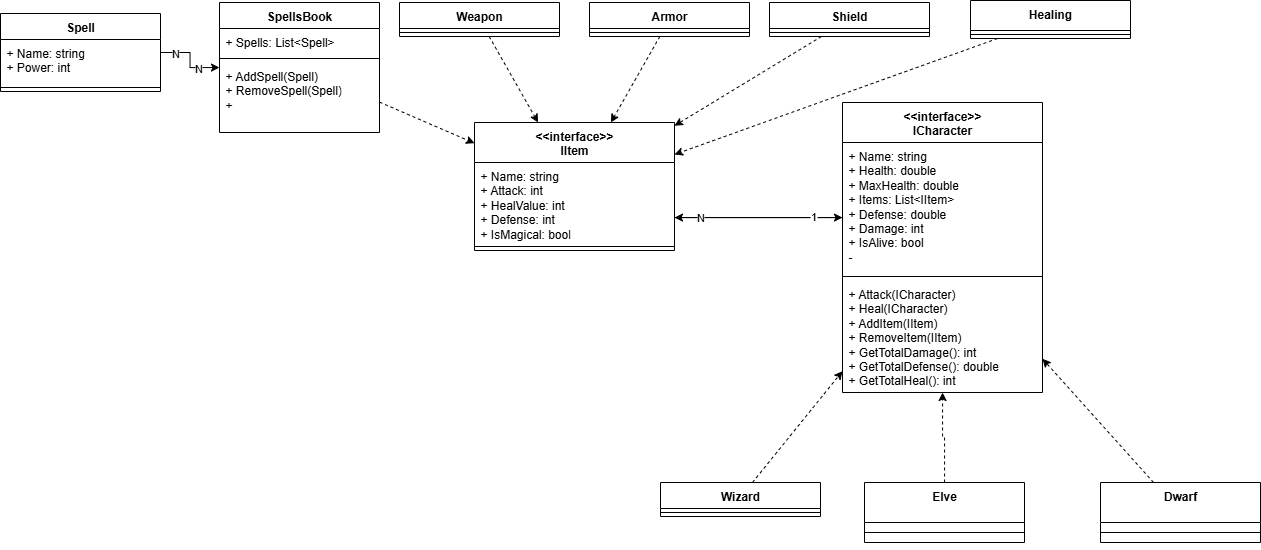
The draw.io diagram roleplayDiagramaUCU.drawio.png in Sebanev15/RoleplayGameUCU, before a commit. Source tidied: cells renumbered, new cells last; positions are measured from the earlier drawing's top-left corner, leaving out a move shared by most shapes. The source it was exported from:
```xml
<mxGraphModel>
  <root>
    <mxCell id="0" />
    <mxCell id="1" parent="0" />
    <mxCell id="2" value="&amp;lt;&amp;lt;interface&amp;gt;&amp;gt;&lt;div&gt;ICharacter&lt;/div&gt;" style="swimlane;fontStyle=1;align=center;verticalAlign=top;horizontal=1;startSize=40;whiteSpace=wrap;html=1;" parent="1" vertex="1">
      <mxGeometry x="842" y="102" width="200" height="290" as="geometry" />
    </mxCell>
    <mxCell id="3" value="+ Name: string&lt;div&gt;+ Health: double&lt;/div&gt;&lt;div&gt;+ MaxHealth: double&lt;/div&gt;&lt;div&gt;+ Items: List&amp;lt;IItem&amp;gt;&lt;/div&gt;&lt;div&gt;+ Defense: double&lt;/div&gt;&lt;div&gt;+ Damage: int&lt;/div&gt;&lt;div&gt;+ IsAlive: bool&lt;/div&gt;&lt;div&gt;-&lt;/div&gt;" style="text;strokeColor=none;fillColor=none;align=left;verticalAlign=top;spacingLeft=4;spacingRight=4;overflow=hidden;whiteSpace=wrap;html=1;" parent="2" vertex="1">
      <mxGeometry y="40" width="200" height="130" as="geometry" />
    </mxCell>
    <mxCell id="4" style="line;strokeWidth=1;fillColor=none;align=left;verticalAlign=middle;spacingTop=-1;spacingLeft=3;spacingRight=3;labelPosition=right;strokeColor=inherit;" parent="2" vertex="1">
      <mxGeometry y="170" width="200" height="8" as="geometry" />
    </mxCell>
    <mxCell id="5" value="+ Attack(ICharacter)&lt;div&gt;+ Heal(ICharacter)&lt;/div&gt;&lt;div&gt;+ AddItem(IItem)&lt;/div&gt;&lt;div&gt;&lt;span style=&quot;background-color: transparent; color: light-dark(rgb(0, 0, 0), rgb(255, 255, 255));&quot;&gt;+ RemoveItem(IItem)&lt;/span&gt;&lt;/div&gt;&lt;div&gt;+ GetTotalDamage(): int&lt;/div&gt;&lt;div&gt;+ GetTotalDefense(): double&lt;br&gt;+ GetTotalHeal(): int&lt;/div&gt;" style="text;strokeColor=none;fillColor=none;align=left;verticalAlign=top;spacingLeft=4;spacingRight=4;overflow=hidden;whiteSpace=wrap;html=1;" parent="2" vertex="1">
      <mxGeometry y="178" width="200" height="112" as="geometry" />
    </mxCell>
    <mxCell id="6" style="rounded=0;jettySize=auto;html=1;dashed=1;" parent="1" edge="1" target="2">
      <mxGeometry relative="1" as="geometry">
        <mxPoint x="752" y="482" as="sourcePoint" />
      </mxGeometry>
    </mxCell>
    <mxCell id="7" style="edgeStyle=orthogonalEdgeStyle;rounded=0;jettySize=auto;html=1;dashed=1;" parent="1" edge="1" source="8" target="2">
      <mxGeometry relative="1" as="geometry" />
    </mxCell>
    <mxCell id="8" value="Elve" style="swimlane;fontStyle=1;align=center;verticalAlign=top;horizontal=1;startSize=40;whiteSpace=wrap;html=1;" parent="1" vertex="1">
      <mxGeometry x="864" y="482" width="160" height="60" as="geometry" />
    </mxCell>
    <mxCell id="9" style="line;strokeWidth=1;fillColor=none;align=left;verticalAlign=middle;spacingTop=-1;spacingLeft=3;spacingRight=3;labelPosition=right;strokeColor=inherit;" parent="8" vertex="1">
      <mxGeometry y="40" width="160" height="20" as="geometry" />
    </mxCell>
    <mxCell id="10" value="&lt;div&gt;&lt;br&gt;&lt;/div&gt;" style="text;strokeColor=none;fillColor=none;align=left;verticalAlign=top;spacingLeft=4;spacingRight=4;overflow=hidden;whiteSpace=wrap;html=1;" parent="8" vertex="1">
      <mxGeometry y="60" width="160" as="geometry" />
    </mxCell>
    <mxCell id="11" style="rounded=0;jettySize=auto;html=1;dashed=1;" parent="1" edge="1" source="12" target="2">
      <mxGeometry relative="1" as="geometry" />
    </mxCell>
    <mxCell id="12" value="Dwarf" style="swimlane;fontStyle=1;align=center;verticalAlign=top;horizontal=1;startSize=40;whiteSpace=wrap;html=1;" parent="1" vertex="1">
      <mxGeometry x="1100" y="482" width="160" height="60" as="geometry" />
    </mxCell>
    <mxCell id="13" style="line;strokeWidth=1;fillColor=none;align=left;verticalAlign=middle;spacingTop=-1;spacingLeft=3;spacingRight=3;labelPosition=right;strokeColor=inherit;" parent="12" vertex="1">
      <mxGeometry y="40" width="160" height="20" as="geometry" />
    </mxCell>
    <mxCell id="14" value="&lt;div&gt;&lt;br&gt;&lt;/div&gt;" style="text;strokeColor=none;fillColor=none;align=left;verticalAlign=top;spacingLeft=4;spacingRight=4;overflow=hidden;whiteSpace=wrap;html=1;" parent="12" vertex="1">
      <mxGeometry y="60" width="160" as="geometry" />
    </mxCell>
    <mxCell id="15" value="Wizard" style="swimlane;fontStyle=1;align=center;verticalAlign=top;horizontal=1;startSize=26;whiteSpace=wrap;html=1;" parent="1" vertex="1">
      <mxGeometry x="660" y="482" width="160" height="34" as="geometry" />
    </mxCell>
    <mxCell id="16" style="line;strokeWidth=1;fillColor=none;align=left;verticalAlign=middle;spacingTop=-1;spacingLeft=3;spacingRight=3;labelPosition=right;strokeColor=inherit;" parent="15" vertex="1">
      <mxGeometry y="26" width="160" height="8" as="geometry" />
    </mxCell>
    <mxCell id="17" style="edgeStyle=orthogonalEdgeStyle;rounded=0;jettySize=auto;html=1;" parent="1" edge="1" source="18" target="2">
      <mxGeometry relative="1" as="geometry">
        <Array as="points">
          <mxPoint x="820" y="217" />
          <mxPoint x="820" y="216" />
        </Array>
      </mxGeometry>
    </mxCell>
    <mxCell id="18" value="&lt;div&gt;&amp;lt;&amp;lt;interface&amp;gt;&amp;gt;&lt;/div&gt;IItem" style="swimlane;fontStyle=1;align=center;verticalAlign=top;horizontal=1;startSize=40;whiteSpace=wrap;html=1;" parent="1" vertex="1">
      <mxGeometry x="474" y="122" width="200" height="128" as="geometry" />
    </mxCell>
    <mxCell id="19" value="&lt;div&gt;+ Name: string&lt;/div&gt;+ Attack: int&lt;div&gt;+ HealValue: int&lt;br&gt;&lt;div&gt;&lt;div&gt;+ Defense: int&lt;/div&gt;&lt;div&gt;+ IsMagical: bool&lt;/div&gt;&lt;/div&gt;&lt;/div&gt;" style="text;strokeColor=none;fillColor=none;align=left;verticalAlign=top;spacingLeft=4;spacingRight=4;overflow=hidden;whiteSpace=wrap;html=1;" parent="18" vertex="1">
      <mxGeometry y="40" width="200" height="80" as="geometry" />
    </mxCell>
    <mxCell id="20" style="line;strokeWidth=1;fillColor=none;align=left;verticalAlign=middle;spacingTop=-1;spacingLeft=3;spacingRight=3;labelPosition=right;strokeColor=inherit;" parent="18" vertex="1">
      <mxGeometry y="120" width="200" height="8" as="geometry" />
    </mxCell>
    <mxCell id="21" style="rounded=0;jettySize=auto;html=1;dashed=1;" parent="1" edge="1" source="22" target="18">
      <mxGeometry relative="1" as="geometry" />
    </mxCell>
    <mxCell id="22" value="SpellsBook" style="swimlane;fontStyle=1;align=center;verticalAlign=top;horizontal=1;startSize=26;whiteSpace=wrap;html=1;" parent="1" vertex="1">
      <mxGeometry x="219" y="2" width="160" height="130" as="geometry" />
    </mxCell>
    <mxCell id="23" value="+ Spells: List&amp;lt;Spell&amp;gt;" style="text;strokeColor=none;fillColor=none;align=left;verticalAlign=top;spacingLeft=4;spacingRight=4;overflow=hidden;whiteSpace=wrap;html=1;" parent="22" vertex="1">
      <mxGeometry y="26" width="160" height="26" as="geometry" />
    </mxCell>
    <mxCell id="24" style="line;strokeWidth=1;fillColor=none;align=left;verticalAlign=middle;spacingTop=-1;spacingLeft=3;spacingRight=3;labelPosition=right;strokeColor=inherit;" parent="22" vertex="1">
      <mxGeometry y="52" width="160" height="8" as="geometry" />
    </mxCell>
    <mxCell id="25" value="+ AddSpell(Spell)&lt;br&gt;&lt;div&gt;+ RemoveSpell(Spell)&lt;/div&gt;&lt;div&gt;+&amp;nbsp;&lt;/div&gt;" style="text;strokeColor=none;fillColor=none;align=left;verticalAlign=top;spacingLeft=4;spacingRight=4;overflow=hidden;whiteSpace=wrap;html=1;" parent="22" vertex="1">
      <mxGeometry y="60" width="160" height="70" as="geometry" />
    </mxCell>
    <mxCell id="26" style="rounded=0;jettySize=auto;html=1;dashed=1;" parent="1" edge="1" source="27" target="18">
      <mxGeometry relative="1" as="geometry" />
    </mxCell>
    <mxCell id="27" value="Weapon" style="swimlane;fontStyle=1;align=center;verticalAlign=top;horizontal=1;startSize=26;whiteSpace=wrap;html=1;" parent="1" vertex="1">
      <mxGeometry x="399" y="2" width="160" height="34" as="geometry" />
    </mxCell>
    <mxCell id="28" style="line;strokeWidth=1;fillColor=none;align=left;verticalAlign=middle;spacingTop=-1;spacingLeft=3;spacingRight=3;labelPosition=right;strokeColor=inherit;" parent="27" vertex="1">
      <mxGeometry y="26" width="160" height="8" as="geometry" />
    </mxCell>
    <mxCell id="29" style="rounded=0;jettySize=auto;html=1;dashed=1;" parent="1" edge="1" source="30" target="18">
      <mxGeometry relative="1" as="geometry" />
    </mxCell>
    <mxCell id="30" value="Armor" style="swimlane;fontStyle=1;align=center;verticalAlign=top;horizontal=1;startSize=26;whiteSpace=wrap;html=1;" parent="1" vertex="1">
      <mxGeometry x="589" y="2" width="160" height="34" as="geometry" />
    </mxCell>
    <mxCell id="31" style="line;strokeWidth=1;fillColor=none;align=left;verticalAlign=middle;spacingTop=-1;spacingLeft=3;spacingRight=3;labelPosition=right;strokeColor=inherit;" parent="30" vertex="1">
      <mxGeometry y="26" width="160" height="8" as="geometry" />
    </mxCell>
    <mxCell id="32" style="rounded=0;jettySize=auto;html=1;dashed=1;" parent="1" edge="1" source="33" target="18">
      <mxGeometry relative="1" as="geometry" />
    </mxCell>
    <mxCell id="33" value="Shield" style="swimlane;fontStyle=1;align=center;verticalAlign=top;horizontal=1;startSize=26;whiteSpace=wrap;html=1;" parent="1" vertex="1">
      <mxGeometry x="769" y="2" width="160" height="34" as="geometry" />
    </mxCell>
    <mxCell id="34" style="line;strokeWidth=1;fillColor=none;align=left;verticalAlign=middle;spacingTop=-1;spacingLeft=3;spacingRight=3;labelPosition=right;strokeColor=inherit;" parent="33" vertex="1">
      <mxGeometry y="26" width="160" height="8" as="geometry" />
    </mxCell>
    <mxCell id="35" style="edgeStyle=orthogonalEdgeStyle;rounded=0;jettySize=auto;html=1;" parent="1" edge="1" source="38" target="22">
      <mxGeometry relative="1" as="geometry" />
    </mxCell>
    <mxCell id="36" value="N" style="edgeLabel;html=1;align=center;verticalAlign=middle;" parent="35" vertex="1">
      <mxGeometry x="-0.6" relative="1" as="geometry" />
    </mxCell>
    <mxCell id="37" value="N" style="edgeLabel;html=1;align=center;verticalAlign=middle;" parent="35" vertex="1">
      <mxGeometry x="0.39" y="-2" relative="1" as="geometry">
        <mxPoint y="-2" as="offset" />
      </mxGeometry>
    </mxCell>
    <mxCell id="38" value="Spell" style="swimlane;fontStyle=1;align=center;verticalAlign=top;horizontal=1;startSize=26;whiteSpace=wrap;html=1;" parent="1" vertex="1">
      <mxGeometry y="13" width="160" height="78" as="geometry" />
    </mxCell>
    <mxCell id="39" value="+ Name: string&lt;div&gt;+ Power: int&lt;/div&gt;" style="text;align=left;verticalAlign=top;spacingLeft=4;spacingRight=4;overflow=hidden;whiteSpace=wrap;html=1;" parent="38" vertex="1">
      <mxGeometry y="26" width="160" height="44" as="geometry" />
    </mxCell>
    <mxCell id="40" style="line;strokeWidth=1;fillColor=none;align=left;verticalAlign=middle;spacingTop=-1;spacingLeft=3;spacingRight=3;labelPosition=right;strokeColor=inherit;" parent="38" vertex="1">
      <mxGeometry y="70" width="160" height="8" as="geometry" />
    </mxCell>
    <mxCell id="41" style="edgeStyle=orthogonalEdgeStyle;rounded=0;jettySize=auto;html=1;" parent="1" edge="1" source="2" target="18">
      <mxGeometry relative="1" as="geometry">
        <Array as="points">
          <mxPoint x="810" y="217" />
          <mxPoint x="810" y="217" />
        </Array>
      </mxGeometry>
    </mxCell>
    <mxCell id="42" value="N" style="edgeLabel;html=1;align=center;verticalAlign=middle;" parent="41" vertex="1">
      <mxGeometry x="0.69" y="-1" relative="1" as="geometry" />
    </mxCell>
    <mxCell id="43" value="1" style="edgeLabel;html=1;align=center;verticalAlign=middle;" parent="41" vertex="1">
      <mxGeometry x="-0.66" y="-2" relative="1" as="geometry" />
    </mxCell>
    <mxCell id="44" style="rounded=0;jettySize=auto;html=1;entryX=1;entryY=0.25;entryDx=0;entryDy=0;dashed=1;" parent="1" edge="1" source="45" target="18">
      <mxGeometry relative="1" as="geometry" />
    </mxCell>
    <mxCell id="45" value="Healing" style="swimlane;fontStyle=1;align=center;verticalAlign=top;horizontal=1;startSize=30;whiteSpace=wrap;html=1;" parent="1" vertex="1">
      <mxGeometry x="970" width="160" height="38" as="geometry" />
    </mxCell>
    <mxCell id="46" style="line;strokeWidth=1;fillColor=none;align=left;verticalAlign=middle;spacingTop=-1;spacingLeft=3;spacingRight=3;labelPosition=right;strokeColor=inherit;" parent="45" vertex="1">
      <mxGeometry y="30" width="160" height="8" as="geometry" />
    </mxCell>
  </root>
</mxGraphModel>
```
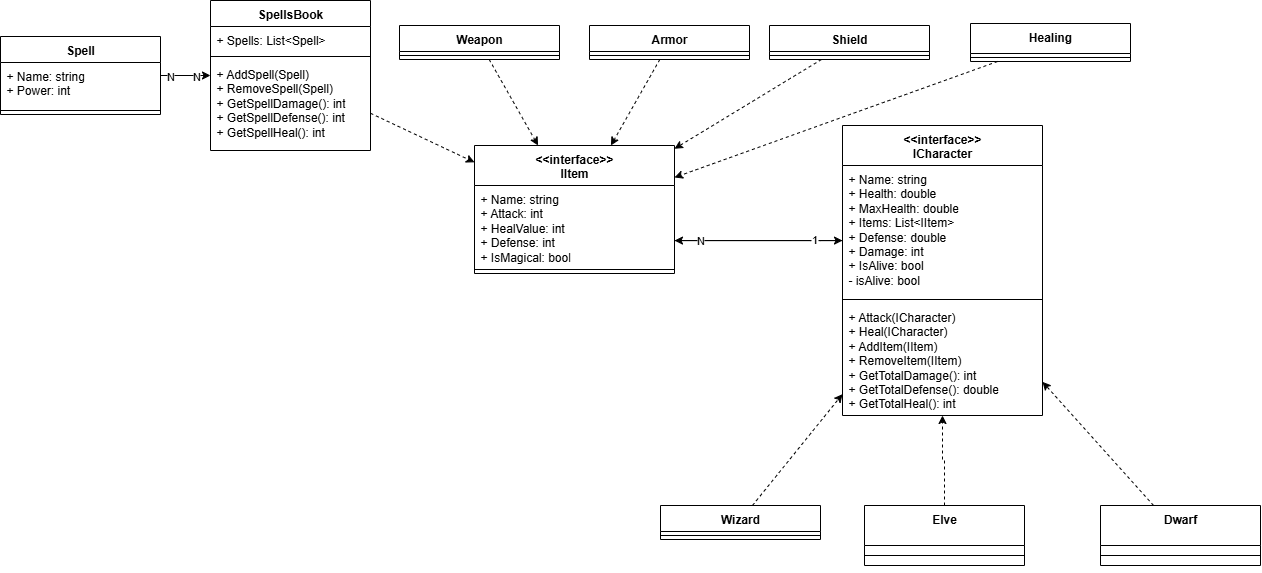
After the change.

Diff of the diagram source:
```diff
@@ -5,7 +5,7 @@
     <mxCell id="2" value="&amp;lt;&amp;lt;interface&amp;gt;&amp;gt;&lt;div&gt;ICharacter&lt;/div&gt;" style="swimlane;fontStyle=1;align=center;verticalAlign=top;horizontal=1;startSize=40;whiteSpace=wrap;html=1;" parent="1" vertex="1">
       <mxGeometry x="842" y="102" width="200" height="290" as="geometry" />
     </mxCell>
-    <mxCell id="3" value="+ Name: string&lt;div&gt;+ Health: double&lt;/div&gt;&lt;div&gt;+ MaxHealth: double&lt;/div&gt;&lt;div&gt;+ Items: List&amp;lt;IItem&amp;gt;&lt;/div&gt;&lt;div&gt;+ Defense: double&lt;/div&gt;&lt;div&gt;+ Damage: int&lt;/div&gt;&lt;div&gt;+ IsAlive: bool&lt;/div&gt;&lt;div&gt;-&lt;/div&gt;" style="text;strokeColor=none;fillColor=none;align=left;verticalAlign=top;spacingLeft=4;spacingRight=4;overflow=hidden;whiteSpace=wrap;html=1;" parent="2" vertex="1">
+    <mxCell id="3" value="+ Name: string&lt;div&gt;+ Health: double&lt;/div&gt;&lt;div&gt;+ MaxHealth: double&lt;/div&gt;&lt;div&gt;+ Items: List&amp;lt;IItem&amp;gt;&lt;/div&gt;&lt;div&gt;+ Defense: double&lt;/div&gt;&lt;div&gt;+ Damage: int&lt;/div&gt;&lt;div&gt;+ IsAlive: bool&lt;/div&gt;&lt;div&gt;- isAlive: bool&lt;/div&gt;" style="text;strokeColor=none;fillColor=none;align=left;verticalAlign=top;spacingLeft=4;spacingRight=4;overflow=hidden;whiteSpace=wrap;html=1;" parent="2" vertex="1">
       <mxGeometry y="40" width="200" height="130" as="geometry" />
     </mxCell>
     <mxCell id="4" style="line;strokeWidth=1;fillColor=none;align=left;verticalAlign=middle;spacingTop=-1;spacingLeft=3;spacingRight=3;labelPosition=right;strokeColor=inherit;" parent="2" vertex="1">
@@ -70,7 +70,7 @@
       <mxGeometry relative="1" as="geometry" />
     </mxCell>
     <mxCell id="22" value="SpellsBook" style="swimlane;fontStyle=1;align=center;verticalAlign=top;horizontal=1;startSize=26;whiteSpace=wrap;html=1;" parent="1" vertex="1">
-      <mxGeometry x="219" y="2" width="160" height="130" as="geometry" />
+      <mxGeometry x="210" y="-23" width="160" height="150" as="geometry" />
     </mxCell>
     <mxCell id="23" value="+ Spells: List&amp;lt;Spell&amp;gt;" style="text;strokeColor=none;fillColor=none;align=left;verticalAlign=top;spacingLeft=4;spacingRight=4;overflow=hidden;whiteSpace=wrap;html=1;" parent="22" vertex="1">
       <mxGeometry y="26" width="160" height="26" as="geometry" />
@@ -78,8 +78,8 @@
     <mxCell id="24" style="line;strokeWidth=1;fillColor=none;align=left;verticalAlign=middle;spacingTop=-1;spacingLeft=3;spacingRight=3;labelPosition=right;strokeColor=inherit;" parent="22" vertex="1">
       <mxGeometry y="52" width="160" height="8" as="geometry" />
     </mxCell>
-    <mxCell id="25" value="+ AddSpell(Spell)&lt;br&gt;&lt;div&gt;+ RemoveSpell(Spell)&lt;/div&gt;&lt;div&gt;+&amp;nbsp;&lt;/div&gt;" style="text;strokeColor=none;fillColor=none;align=left;verticalAlign=top;spacingLeft=4;spacingRight=4;overflow=hidden;whiteSpace=wrap;html=1;" parent="22" vertex="1">
-      <mxGeometry y="60" width="160" height="70" as="geometry" />
+    <mxCell id="25" value="+ AddSpell(Spell)&lt;br&gt;&lt;div&gt;+ RemoveSpell(Spell)&lt;/div&gt;&lt;div&gt;+ GetSpellDamage(): int&lt;/div&gt;&lt;div&gt;+ GetSpellDefense(): int&lt;/div&gt;&lt;div&gt;+ GetSpellHeal(): int&lt;/div&gt;" style="text;strokeColor=none;fillColor=none;align=left;verticalAlign=top;spacingLeft=4;spacingRight=4;overflow=hidden;whiteSpace=wrap;html=1;" parent="22" vertex="1">
+      <mxGeometry y="60" width="160" height="90" as="geometry" />
     </mxCell>
     <mxCell id="26" style="rounded=0;jettySize=auto;html=1;dashed=1;" parent="1" edge="1" source="27" target="18">
       <mxGeometry relative="1" as="geometry" />
```
